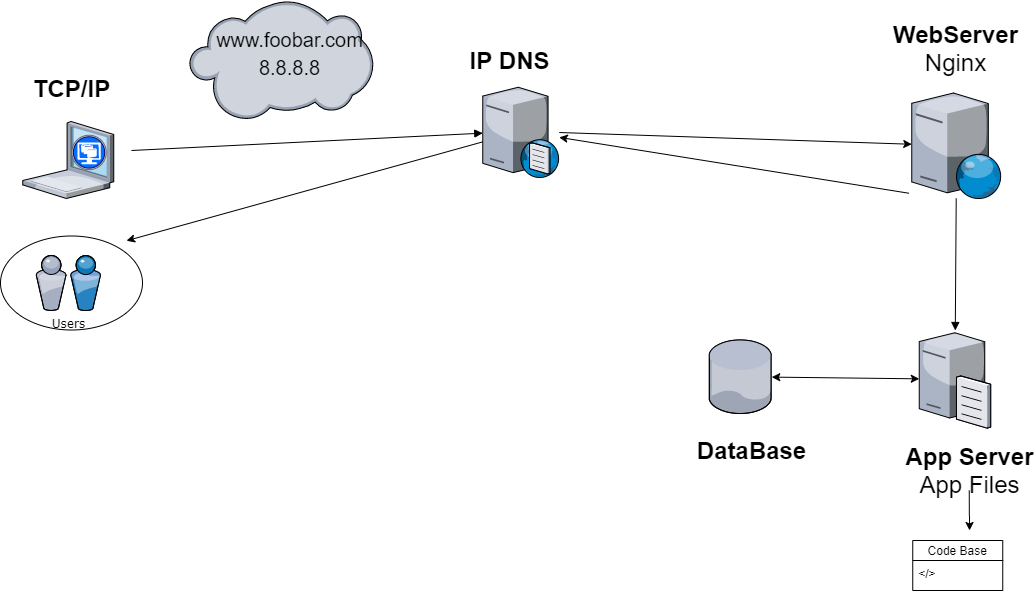
Earlier version of the draw.io export 0x09-web_infrastructure_design/0-simple_web_stack.png (Leidysalda/holberton-system_engineering-devops). Source tidied: cells renumbered, new cells last; positions are measured from the earlier drawing's top-left corner, leaving out a move shared by most shapes.
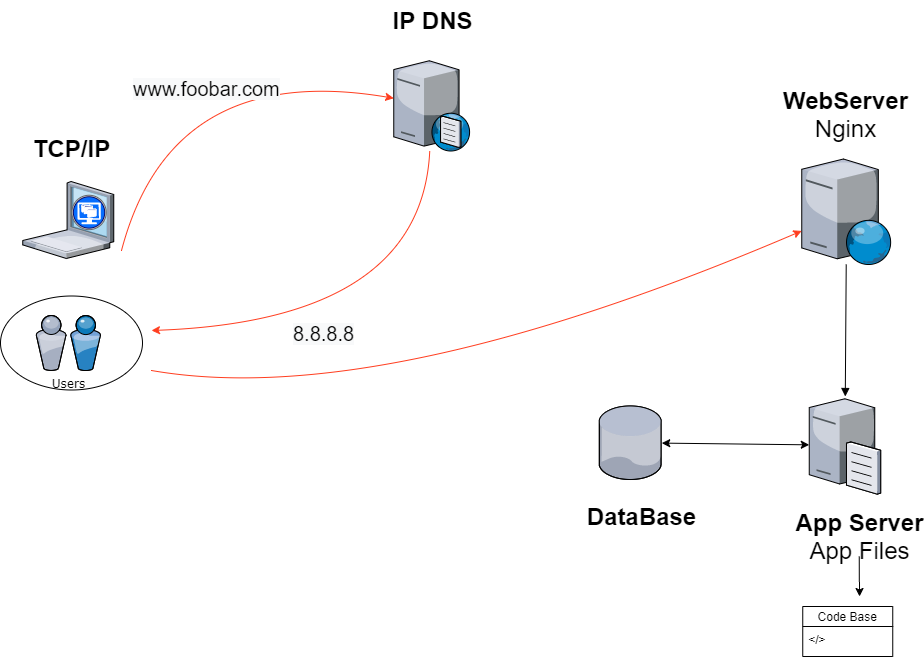
After the commit.

The edit, as a diff of the source:
```diff
@@ -3,29 +3,19 @@
     <mxCell id="0" />
     <mxCell id="1" parent="0" />
     <mxCell id="2" style="ellipse;whiteSpace=wrap;html=1;rounded=0;shadow=0;comic=0;strokeWidth=1;fontFamily=Verdana;" parent="1" vertex="1">
-      <mxGeometry y="235.5" width="142" height="94" as="geometry" />
+      <mxGeometry x="110" y="229.5" width="142" height="94" as="geometry" />
     </mxCell>
     <mxCell id="3" value="Users" style="verticalLabelPosition=bottom;html=1;verticalAlign=top;strokeColor=none;shape=mxgraph.citrix.users;rounded=0;shadow=0;comic=0;fontFamily=Verdana;" parent="1" vertex="1">
-      <mxGeometry x="35.5" y="255" width="64.5" height="55" as="geometry" />
+      <mxGeometry x="145.5" y="249" width="64.5" height="55" as="geometry" />
     </mxCell>
     <mxCell id="4" value="Synchronization" style="rounded=0;html=1;labelBackgroundColor=none;startArrow=none;startFill=0;endArrow=block;endFill=1;strokeWidth=1;fontFamily=Verdana;fontSize=12;noLabel=1;fontColor=none;" parent="1" edge="1" source="10" target="17">
       <mxGeometry x="-0.33" y="21" relative="1" as="geometry" />
     </mxCell>
     <mxCell id="5" style="verticalLabelPosition=bottom;html=1;verticalAlign=top;strokeColor=none;align=center;shape=mxgraph.citrix.xenclient;" parent="1" vertex="1">
-      <mxGeometry x="22.2" y="121" width="91" height="77" as="geometry" />
+      <mxGeometry x="132.2" y="115" width="91" height="77" as="geometry" />
     </mxCell>
-    <mxCell id="6" value="Synchronization" style="rounded=0;html=1;labelBackgroundColor=none;startArrow=none;startFill=0;endArrow=block;endFill=1;strokeWidth=1;fontFamily=Verdana;fontSize=12;noLabel=1;fontColor=none;" parent="1" edge="1" target="12">
-      <mxGeometry x="-0.33" y="21" relative="1" as="geometry">
-        <mxPoint x="131" y="150" as="sourcePoint" />
-      </mxGeometry>
-    </mxCell>
-    <mxCell id="7" style="endArrow=classic;html=1;fontColor=none;" parent="1" edge="1" source="12">
-      <mxGeometry relative="1" as="geometry">
-        <mxPoint x="126" y="240.2" as="targetPoint" />
-      </mxGeometry>
-    </mxCell>
     <mxCell id="8" value="TCP/IP" style="text;strokeColor=none;fillColor=none;html=1;fontSize=24;fontStyle=1;verticalAlign=middle;align=center;" parent="1" vertex="1">
-      <mxGeometry x="21" y="68" width="100" height="40" as="geometry" />
+      <mxGeometry x="131" y="62" width="100" height="40" as="geometry" />
     </mxCell>
     <mxCell id="9" value="WebServer&lt;br&gt;&lt;span style=&quot;font-weight: normal&quot;&gt;Nginx&lt;/span&gt;" style="text;strokeColor=none;fillColor=none;html=1;fontSize=24;fontStyle=1;verticalAlign=middle;align=center;" parent="1" vertex="1">
       <mxGeometry x="905.2" y="28" width="100" height="40" as="geometry" />
@@ -33,24 +23,12 @@
     <mxCell id="10" style="verticalLabelPosition=bottom;html=1;verticalAlign=top;strokeColor=none;align=center;outlineConnect=0;shape=mxgraph.citrix.web_server;fontColor=none;" parent="1" vertex="1">
       <mxGeometry x="911.2" y="92.5" width="89.7" height="105.5" as="geometry" />
     </mxCell>
-    <mxCell id="11" style="verticalLabelPosition=bottom;html=1;verticalAlign=top;strokeColor=none;align=center;shape=mxgraph.citrix.cloud;fontColor=none;" parent="1" vertex="1">
-      <mxGeometry x="188.8" width="183.9" height="120" as="geometry" />
-    </mxCell>
     <mxCell id="12" style="verticalLabelPosition=bottom;html=1;verticalAlign=top;strokeColor=none;align=center;outlineConnect=0;shape=mxgraph.citrix.dns_server;fontColor=none;" parent="1" vertex="1">
-      <mxGeometry x="482.2" y="84.5" width="76.5" height="92.5" as="geometry" />
+      <mxGeometry x="503.2" y="-8" width="76.5" height="92.5" as="geometry" />
     </mxCell>
     <mxCell id="13" value="IP DNS&lt;span style=&quot;color: rgba(0 , 0 , 0 , 0) ; font-family: monospace ; font-size: 0px ; font-weight: 400&quot;&gt;%3CmxGraphModel%3E%3Croot%3E%3CmxCell%20id%3D%220%22%2F%3E%3CmxCell%20id%3D%221%22%20parent%3D%220%22%2F%3E%3CmxCell%20id%3D%222%22%20value%3D%22%22%20style%3D%22endArrow%3Dclassic%3Bhtml%3D1%3BfontColor%3Dnone%3BentryX%3D0.979%3BentryY%3D1.009%3BentryDx%3D0%3BentryDy%3D0%3BentryPerimeter%3D0%3BexitX%3D0.694%3BexitY%3D0.385%3BexitDx%3D0%3BexitDy%3D0%3BexitPerimeter%3D0%3B%22%20edge%3D%221%22%20parent%3D%221%22%3E%3CmxGeometry%20width%3D%2250%22%20height%3D%2250%22%20relative%3D%221%22%20as%3D%22geometry%22%3E%3CmxPoint%20x%3D%221690.1099999999997%22%20y%3D%22180.03999999999996%22%20as%3D%22sourcePoint%22%2F%3E%3CmxPoint%20x%3D%221126.6350000000002%22%20y%3D%22153.29649999999992%22%20as%3D%22targetPoint%22%2F%3E%3C%2FmxGeometry%3E%3C%2FmxCell%3E%3C%2Froot%3E%3C%2FmxGraphModel%3E&lt;/span&gt;" style="text;strokeColor=none;fillColor=none;html=1;fontSize=24;fontStyle=1;verticalAlign=middle;align=center;" parent="1" vertex="1">
-      <mxGeometry x="458.8" y="40" width="100" height="40" as="geometry" />
+      <mxGeometry x="491.5" y="-66" width="100" height="40" as="geometry" />
     </mxCell>
-    <mxCell id="14" value="&lt;span style=&quot;font-weight: normal&quot;&gt;&lt;font style=&quot;font-size: 20px&quot;&gt;www.foobar.com&lt;br&gt;8.8.8.8&lt;br&gt;&lt;/font&gt;&lt;/span&gt;" style="text;strokeColor=none;fillColor=none;html=1;fontSize=24;fontStyle=1;verticalAlign=middle;align=center;" parent="1" vertex="1">
-      <mxGeometry x="238.8" y="20" width="100" height="64.5" as="geometry" />
-    </mxCell>
-    <mxCell id="15" style="endArrow=classic;html=1;fontColor=none;" parent="1" edge="1" source="12" target="10">
-      <mxGeometry relative="1" as="geometry" />
-    </mxCell>
-    <mxCell id="16" style="endArrow=classic;html=1;fontColor=none;exitX=-0.033;exitY=0.95;exitDx=0;exitDy=0;exitPerimeter=0;" parent="1" edge="1" source="10" target="12">
-      <mxGeometry relative="1" as="geometry" />
-    </mxCell>
     <mxCell id="17" style="verticalLabelPosition=bottom;html=1;verticalAlign=top;strokeColor=none;align=center;outlineConnect=0;shape=mxgraph.citrix.file_server;fontColor=none;" parent="1" vertex="1">
       <mxGeometry x="918.8" y="330" width="71.4" height="97.5" as="geometry" />
     </mxCell>
@@ -69,6 +47,36 @@
     <mxCell id="22" value="DataBase" style="text;strokeColor=none;fillColor=none;html=1;fontSize=24;fontStyle=1;verticalAlign=middle;align=center;" parent="1" vertex="1">
       <mxGeometry x="701" y="430" width="100" height="40" as="geometry" />
     </mxCell>
+    <mxCell id="25" style="curved=1;endArrow=classic;html=1;strokeColor=#FF3D1F;" parent="1" edge="1" target="12">
+      <mxGeometry relative="1" as="geometry">
+        <mxPoint x="231" y="184" as="sourcePoint" />
+        <Array as="points">
+          <mxPoint x="281" y="-6" />
+        </Array>
+      </mxGeometry>
+    </mxCell>
+    <mxCell id="26" style="curved=1;endArrow=classic;html=1;strokeColor=#FF3D1F;" parent="1" edge="1" source="12">
+      <mxGeometry relative="1" as="geometry">
+        <mxPoint x="261" y="264" as="targetPoint" />
+        <Array as="points">
+          <mxPoint x="531" y="254" />
+        </Array>
+      </mxGeometry>
+    </mxCell>
+    <mxCell id="27" value="&lt;span style=&quot;color: rgb(0, 0, 0); font-family: helvetica; font-size: 20px; font-style: normal; font-weight: 400; letter-spacing: normal; text-align: center; text-indent: 0px; text-transform: none; word-spacing: 0px; background-color: rgb(248, 249, 250); display: inline; float: none;&quot;&gt;8.8.8.8&lt;/span&gt;" style="text;whiteSpace=wrap;html=1;" parent="1" vertex="1">
+      <mxGeometry x="401" y="249" width="90" height="30" as="geometry" />
+    </mxCell>
+    <mxCell id="28" value="&lt;span style=&quot;color: rgb(0, 0, 0); font-family: helvetica; font-size: 20px; font-style: normal; font-weight: 400; letter-spacing: normal; text-align: center; text-indent: 0px; text-transform: none; word-spacing: 0px; background-color: rgb(248, 249, 250); display: inline; float: none;&quot;&gt;www.foobar.com&lt;/span&gt;&lt;br style=&quot;color: rgb(0, 0, 0); font-family: helvetica; font-size: 20px; font-style: normal; font-weight: 400; letter-spacing: normal; text-align: center; text-indent: 0px; text-transform: none; word-spacing: 0px; background-color: rgb(248, 249, 250);&quot;&gt;" style="text;whiteSpace=wrap;html=1;" parent="1" vertex="1">
+      <mxGeometry x="241" y="4" width="170" height="30" as="geometry" />
+    </mxCell>
+    <mxCell id="29" style="curved=1;endArrow=classic;html=1;strokeColor=#FF3D1F;" parent="1" edge="1" target="10">
+      <mxGeometry relative="1" as="geometry">
+        <mxPoint x="261" y="304" as="sourcePoint" />
+        <Array as="points">
+          <mxPoint x="491" y="344" />
+        </Array>
+      </mxGeometry>
+    </mxCell>
     <mxCell id="23" value="Code Base" style="swimlane;fontStyle=0;horizontal=1;startSize=20;fillColor=none;" parent="1" vertex="1">
       <mxGeometry x="912.2" y="540" width="90" height="50" as="geometry" />
     </mxCell>
```
